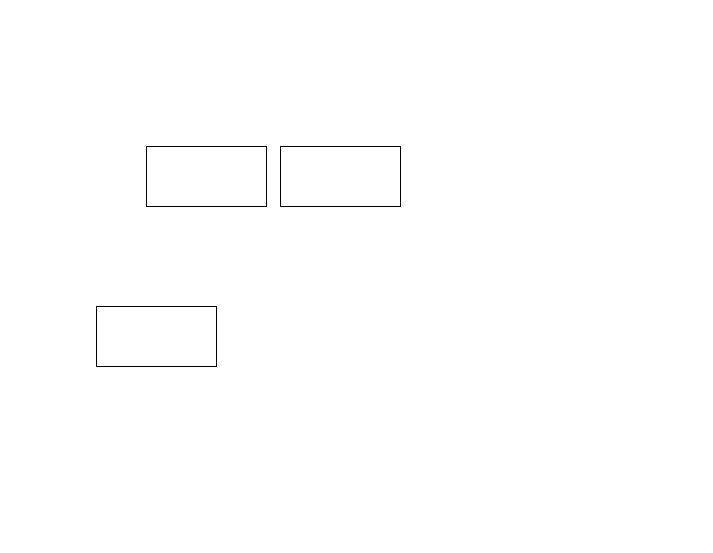
The draw.io diagram 未命名绘图.drawio in xiao-do-do/authentication, before the edit. Source tidied: cells renumbered, new cells numbered last; positions are measured from the earlier drawing's top-left corner, leaving out a move shared by most shapes. Both pictures are drawn from the tidied source at 100%, with x=0, y=0 at pixel (96, 146).
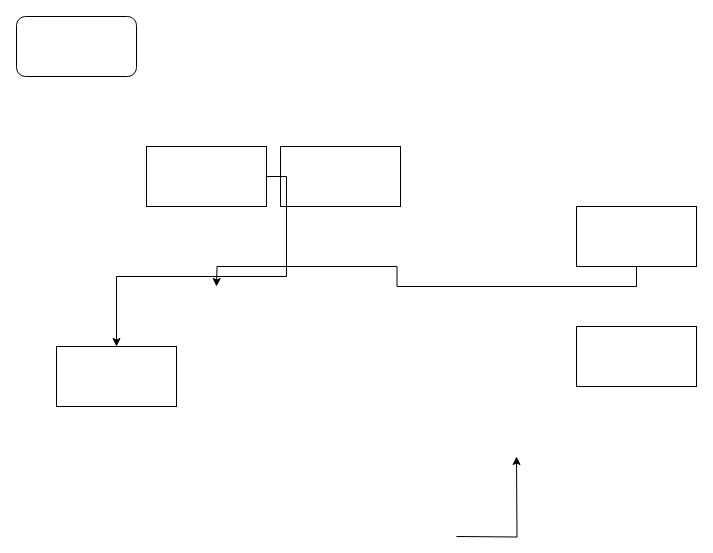
After the change.

Commit message:
更新未命名绘图.drawio2

The edit, as a diff of the source:
```diff
@@
 <mxGraphModel>
   <root>
     <mxCell id="0" />
     <mxCell id="1" parent="0" />
     <mxCell id="2" style="rounded=0;whiteSpace=wrap;html=1;" parent="1" vertex="1">
       <mxGeometry x="184" width="120" height="60" as="geometry" />
     </mxCell>
+    <mxCell id="5" style="edgeStyle=orthogonalEdgeStyle;rounded=0;jettySize=auto;html=1;exitX=1;exitY=0.5;exitDx=0;exitDy=0;" parent="1" edge="1" source="3" target="10">
+      <mxGeometry relative="1" as="geometry" />
+    </mxCell>
     <mxCell id="3" style="rounded=0;whiteSpace=wrap;html=1;" parent="1" vertex="1">
       <mxGeometry x="50" width="120" height="60" as="geometry" />
     </mxCell>
+    <mxCell id="6" style="edgeStyle=orthogonalEdgeStyle;rounded=0;jettySize=auto;html=1;exitX=0.5;exitY=1;exitDx=0;exitDy=0;" parent="1" edge="1" source="4">
+      <mxGeometry relative="1" as="geometry">
+        <mxPoint x="120" y="140" as="targetPoint" />
+      </mxGeometry>
+    </mxCell>
     <mxCell id="4" style="rounded=0;whiteSpace=wrap;html=1;" parent="1" vertex="1">
-      <mxGeometry y="160" width="120" height="60" as="geometry" />
+      <mxGeometry x="480" y="60" width="120" height="60" as="geometry" />
     </mxCell>
+    <mxCell id="7" style="rounded=1;whiteSpace=wrap;html=1;" parent="1" vertex="1">
+      <mxGeometry x="-80" y="-130" width="120" height="60" as="geometry" />
+    </mxCell>
+    <mxCell id="8" style="edgeStyle=orthogonalEdgeStyle;rounded=0;orthogonalLoop=1;jettySize=auto;html=1;exitX=0.5;exitY=1;exitDx=0;exitDy=0;" parent="1" edge="1">
+      <mxGeometry relative="1" as="geometry">
+        <mxPoint x="360" y="390" as="sourcePoint" />
+        <mxPoint x="420" y="310" as="targetPoint" />
+      </mxGeometry>
+    </mxCell>
+    <mxCell id="9" style="rounded=0;whiteSpace=wrap;html=1;" parent="1" vertex="1">
+      <mxGeometry x="480" y="180" width="120" height="60" as="geometry" />
+    </mxCell>
+    <mxCell id="10" style="rounded=0;whiteSpace=wrap;html=1;" parent="1" vertex="1">
+      <mxGeometry x="-40" y="200" width="120" height="60" as="geometry" />
+    </mxCell>
   </root>
 </mxGraphModel>
```
